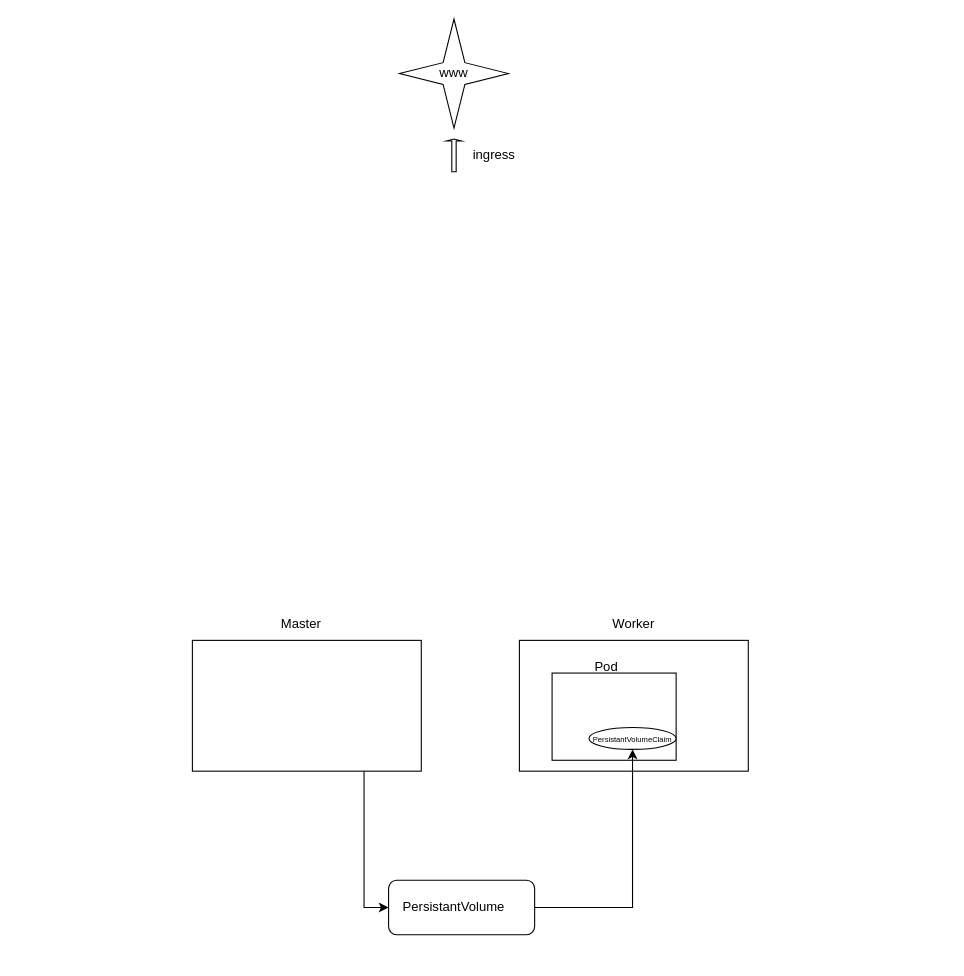
Above: noah_k8s.drawio in tosnoah/drawio (draw.io), before the change. Source tidied: cells renumbered, new cells numbered last; positions are measured from the earlier drawing's top-left corner, leaving out a move shared by most shapes. Both pictures are drawn from the tidied source at 109%, with x=0, y=0 at pixel (192, 19).
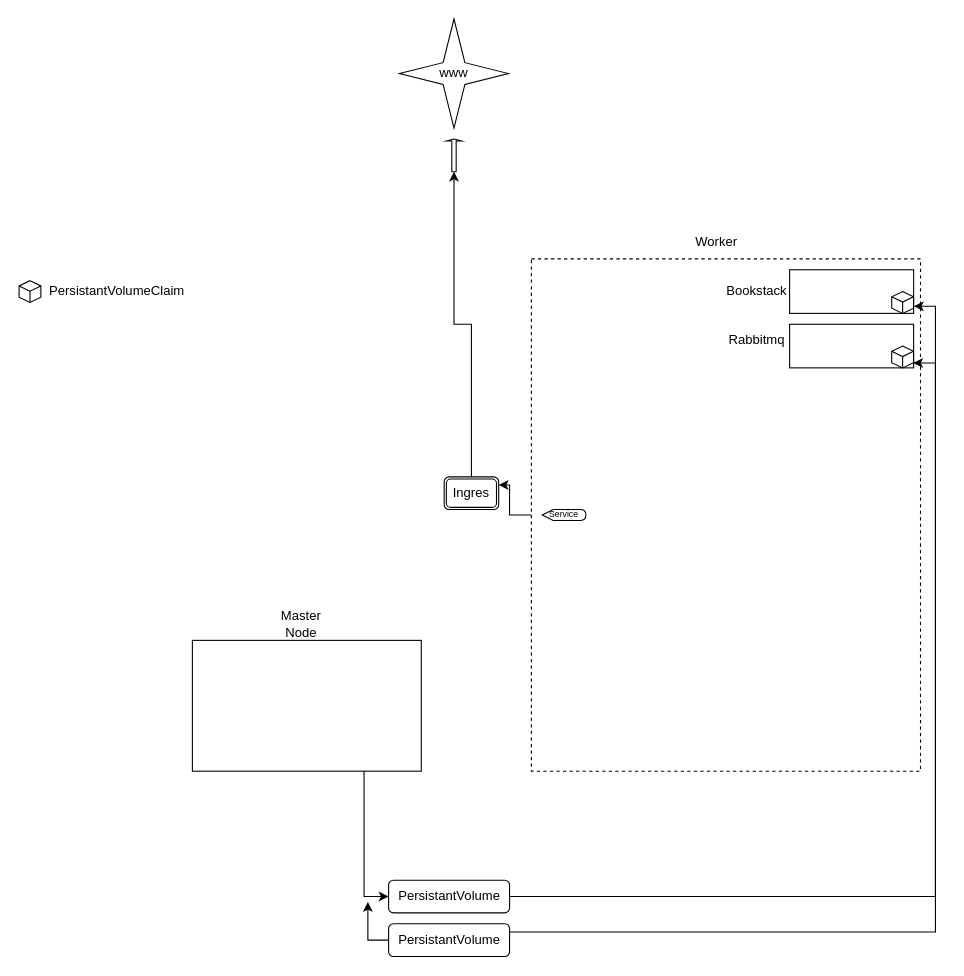
The same diagram, later.

Unchanged cells that the change refers to:
```xml
<mxCell id="16" style="shape=singleArrow;direction=north;whiteSpace=wrap;html=1;fontSize=7;arrowWidth=0.2857142857142857;arrowSize=0.0625;" parent="1" vertex="1">
  <mxGeometry x="233" y="110" width="14" height="30" as="geometry" />
</mxCell>
```

The edit, as a diff of the source:
```diff
@@
+    <mxCell id="18" style="edgeStyle=orthogonalEdgeStyle;rounded=0;jettySize=auto;html=1;exitX=0;exitY=0.5;exitDx=0;exitDy=0;entryX=1;entryY=0.25;entryDx=0;entryDy=0;fontSize=7;" parent="1" edge="1" source="4" target="26">
+      <mxGeometry relative="1" as="geometry" />
+    </mxCell>
-    <mxCell id="4" style="rounded=0;whiteSpace=wrap;html=1;" parent="1" vertex="1">
-      <mxGeometry x="300" y="570" width="210" height="120" as="geometry" />
+    <mxCell id="4" style="rounded=0;whiteSpace=wrap;html=1;dashed=1;" parent="1" vertex="1">
+      <mxGeometry x="311" y="220" width="357" height="470" as="geometry" />
     </mxCell>
     <mxCell id="5" style="rounded=1;whiteSpace=wrap;html=1;" parent="1" vertex="1">
-      <mxGeometry x="180" y="790" width="134" height="50" as="geometry" />
+      <mxGeometry x="180" y="790" width="111" height="30" as="geometry" />
     </mxCell>
     <mxCell id="6" style="rounded=0;whiteSpace=wrap;html=1;" parent="1" vertex="1">
-      <mxGeometry x="330" y="600" width="113.8" height="80" as="geometry" />
+      <mxGeometry x="547.9" y="280" width="113.8" height="40" as="geometry" />
     </mxCell>
-    <mxCell id="7" value="Master" style="text;strokeColor=none;align=center;fillColor=none;html=1;verticalAlign=middle;whiteSpace=wrap;rounded=0;" parent="1" vertex="1">
+    <mxCell id="7" value="Master Node" style="text;strokeColor=none;align=center;fillColor=none;html=1;verticalAlign=middle;whiteSpace=wrap;rounded=0;" parent="1" vertex="1">
       <mxGeometry x="70" y="540" width="60" height="30" as="geometry" />
     </mxCell>
     <mxCell id="8" value="Worker" style="text;strokeColor=none;align=center;fillColor=none;html=1;verticalAlign=middle;whiteSpace=wrap;rounded=0;" parent="1" vertex="1">
-      <mxGeometry x="375" y="540" width="60" height="30" as="geometry" />
+      <mxGeometry x="451" y="190" width="60" height="30" as="geometry" />
     </mxCell>
     <mxCell id="9" value="PersistantVolume" style="text;strokeColor=none;align=center;fillColor=none;html=1;verticalAlign=middle;whiteSpace=wrap;rounded=0;" parent="1" vertex="1">
-      <mxGeometry x="210" y="800" width="60" height="30" as="geometry" />
+      <mxGeometry x="205.5" y="790" width="60" height="30" as="geometry" />
     </mxCell>
-    <mxCell id="10" value="Pod" style="text;strokeColor=none;align=center;fillColor=none;html=1;verticalAlign=middle;whiteSpace=wrap;rounded=0;" parent="1" vertex="1">
-      <mxGeometry x="350" y="580" width="60" height="30" as="geometry" />
+    <mxCell id="10" value="Rabbitmq" style="text;strokeColor=none;align=center;fillColor=none;html=1;verticalAlign=middle;whiteSpace=wrap;rounded=0;" parent="1" vertex="1">
+      <mxGeometry x="487.9" y="280" width="60" height="30" as="geometry" />
     </mxCell>
-    <mxCell id="11" style="ellipse;whiteSpace=wrap;html=1;fontSize=7;" parent="1" vertex="1">
-      <mxGeometry x="363.8" y="650" width="80" height="20" as="geometry" />
-    </mxCell>
-    <mxCell id="12" value="&lt;font style=&quot;font-size: 7px;&quot;&gt;PersistantVolumeClaim&lt;/font&gt;" style="text;strokeColor=none;align=center;fillColor=none;html=1;verticalAlign=middle;whiteSpace=wrap;rounded=0;" parent="1" vertex="1">
-      <mxGeometry x="373.8" y="645" width="60" height="30" as="geometry" />
-    </mxCell>
-    <mxCell id="13" style="edgeStyle=orthogonalEdgeStyle;rounded=0;jettySize=auto;html=1;fontSize=7;exitX=1;exitY=0.5;exitDx=0;exitDy=0;" parent="1" edge="1" source="5" target="11">
+    <mxCell id="13" style="edgeStyle=orthogonalEdgeStyle;rounded=0;jettySize=auto;html=1;fontSize=7;exitX=1;exitY=0.5;exitDx=0;exitDy=0;entryX=0.996;entryY=0.888;entryDx=0;entryDy=0;entryPerimeter=0;" parent="1" edge="1" source="5" target="6">
       <mxGeometry relative="1" as="geometry" />
     </mxCell>
@@
-    <mxCell id="17" value="ingress" style="text;strokeColor=none;align=center;fillColor=none;html=1;verticalAlign=middle;whiteSpace=wrap;rounded=0;" parent="1" vertex="1">
-      <mxGeometry x="247" y="110" width="60" height="30" as="geometry" />
-    </mxCell>
+    <mxCell id="19" style="rounded=0;whiteSpace=wrap;html=1;" parent="1" vertex="1">
+      <mxGeometry x="547.9" y="230" width="113.8" height="40" as="geometry" />
+    </mxCell>
+    <mxCell id="20" value="Bookstack" style="text;strokeColor=none;align=center;fillColor=none;html=1;verticalAlign=middle;whiteSpace=wrap;rounded=0;" parent="1" vertex="1">
+      <mxGeometry x="487.9" y="235" width="60" height="30" as="geometry" />
+    </mxCell>
+    <mxCell id="21" style="edgeStyle=orthogonalEdgeStyle;rounded=0;jettySize=auto;html=1;exitX=1;exitY=0.25;exitDx=0;exitDy=0;entryX=1.002;entryY=0.838;entryDx=0;entryDy=0;entryPerimeter=0;fontSize=7;" parent="1" edge="1" source="23" target="19">
+      <mxGeometry relative="1" as="geometry" />
+    </mxCell>
+    <mxCell id="22" style="edgeStyle=orthogonalEdgeStyle;rounded=0;jettySize=auto;html=1;exitX=0;exitY=0.5;exitDx=0;exitDy=0;fontSize=7;" parent="1" edge="1" source="23">
+      <mxGeometry relative="1" as="geometry">
+        <mxPoint x="161" y="810" as="targetPoint" />
+      </mxGeometry>
+    </mxCell>
+    <mxCell id="23" style="rounded=1;whiteSpace=wrap;html=1;" parent="1" vertex="1">
+      <mxGeometry x="180" y="830" width="111" height="30" as="geometry" />
+    </mxCell>
+    <mxCell id="24" value="PersistantVolume" style="text;strokeColor=none;align=center;fillColor=none;html=1;verticalAlign=middle;whiteSpace=wrap;rounded=0;" parent="1" vertex="1">
+      <mxGeometry x="205.5" y="830" width="60" height="30" as="geometry" />
+    </mxCell>
+    <mxCell id="25" style="edgeStyle=orthogonalEdgeStyle;rounded=0;jettySize=auto;html=1;entryX=0;entryY=0.5;entryDx=0;entryDy=0;entryPerimeter=0;fontSize=7;" parent="1" edge="1" source="26" target="16">
+      <mxGeometry relative="1" as="geometry" />
+    </mxCell>
+    <mxCell id="26" style="shape=ext;double=1;rounded=1;whiteSpace=wrap;html=1;fontSize=7;" parent="1" vertex="1">
+      <mxGeometry x="231" y="420" width="50" height="30" as="geometry" />
+    </mxCell>
+    <mxCell id="27" value="Ingres" style="text;strokeColor=none;align=center;fillColor=none;html=1;verticalAlign=middle;whiteSpace=wrap;rounded=0;" parent="1" vertex="1">
+      <mxGeometry x="226" y="420" width="60" height="30" as="geometry" />
+    </mxCell>
+    <mxCell id="28" style="shape=display;whiteSpace=wrap;html=1;fontSize=7;" parent="1" vertex="1">
+      <mxGeometry x="321" y="450" width="40" height="10" as="geometry" />
+    </mxCell>
+    <mxCell id="29" value="&lt;font style=&quot;font-size: 8px;&quot;&gt;Service&lt;/font&gt;" style="text;strokeColor=none;align=center;fillColor=none;html=1;verticalAlign=middle;whiteSpace=wrap;rounded=0;" parent="1" vertex="1">
+      <mxGeometry x="321" y="445" width="40" height="15" as="geometry" />
+    </mxCell>
+    <mxCell id="30" style="html=1;whiteSpace=wrap;shape=isoCube2;backgroundOutline=1;isoAngle=15;fontSize=8;" parent="1" vertex="1">
+      <mxGeometry x="641.6" y="300" width="20" height="20" as="geometry" />
+    </mxCell>
+    <mxCell id="31" style="html=1;whiteSpace=wrap;shape=isoCube2;backgroundOutline=1;isoAngle=15;fontSize=8;" parent="1" vertex="1">
+      <mxGeometry x="-159" y="240" width="20" height="20" as="geometry" />
+    </mxCell>
+    <mxCell id="12" value="PersistantVolumeClaim" style="text;strokeColor=none;align=center;fillColor=none;html=1;verticalAlign=middle;whiteSpace=wrap;rounded=0;" parent="1" vertex="1">
+      <mxGeometry x="-99" y="235" width="60" height="30" as="geometry" />
+    </mxCell>
+    <mxCell id="32" style="html=1;whiteSpace=wrap;shape=isoCube2;backgroundOutline=1;isoAngle=15;fontSize=8;" parent="1" vertex="1">
+      <mxGeometry x="641.6" y="250" width="20" height="20" as="geometry" />
+    </mxCell>
```
